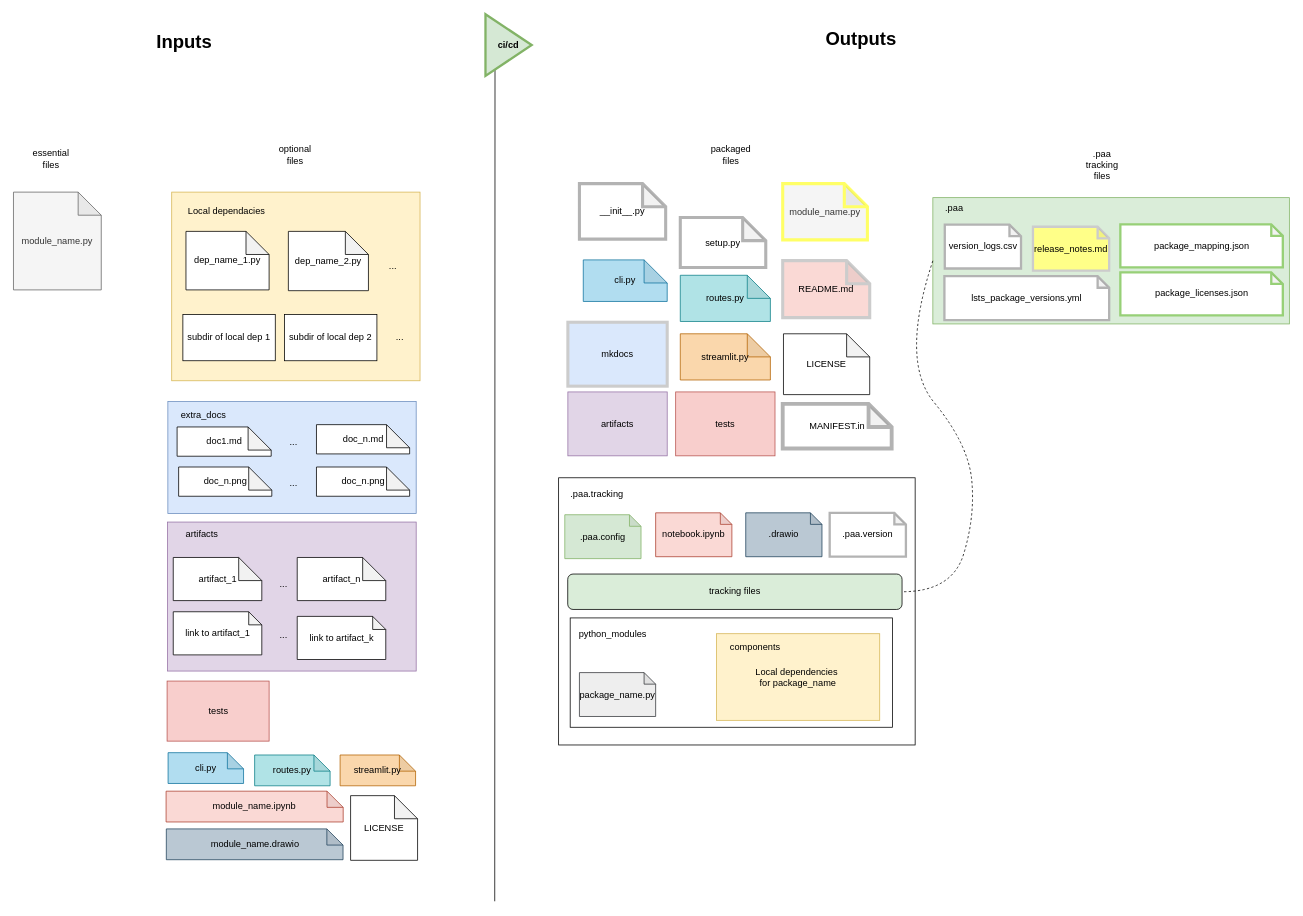
The draw.io diagram page "input_output_files" (2 of 4) of drawio/package_auto_assembler.drawio in Kiril-Mordan/reusables, before the edit. Source tidied: cells renumbered, new cells numbered last; positions are measured from the earlier drawing's top-left corner, leaving out a move shared by most shapes. Both pictures are drawn from the tidied source at 77%, with x=0, y=0 at pixel (13, 14).
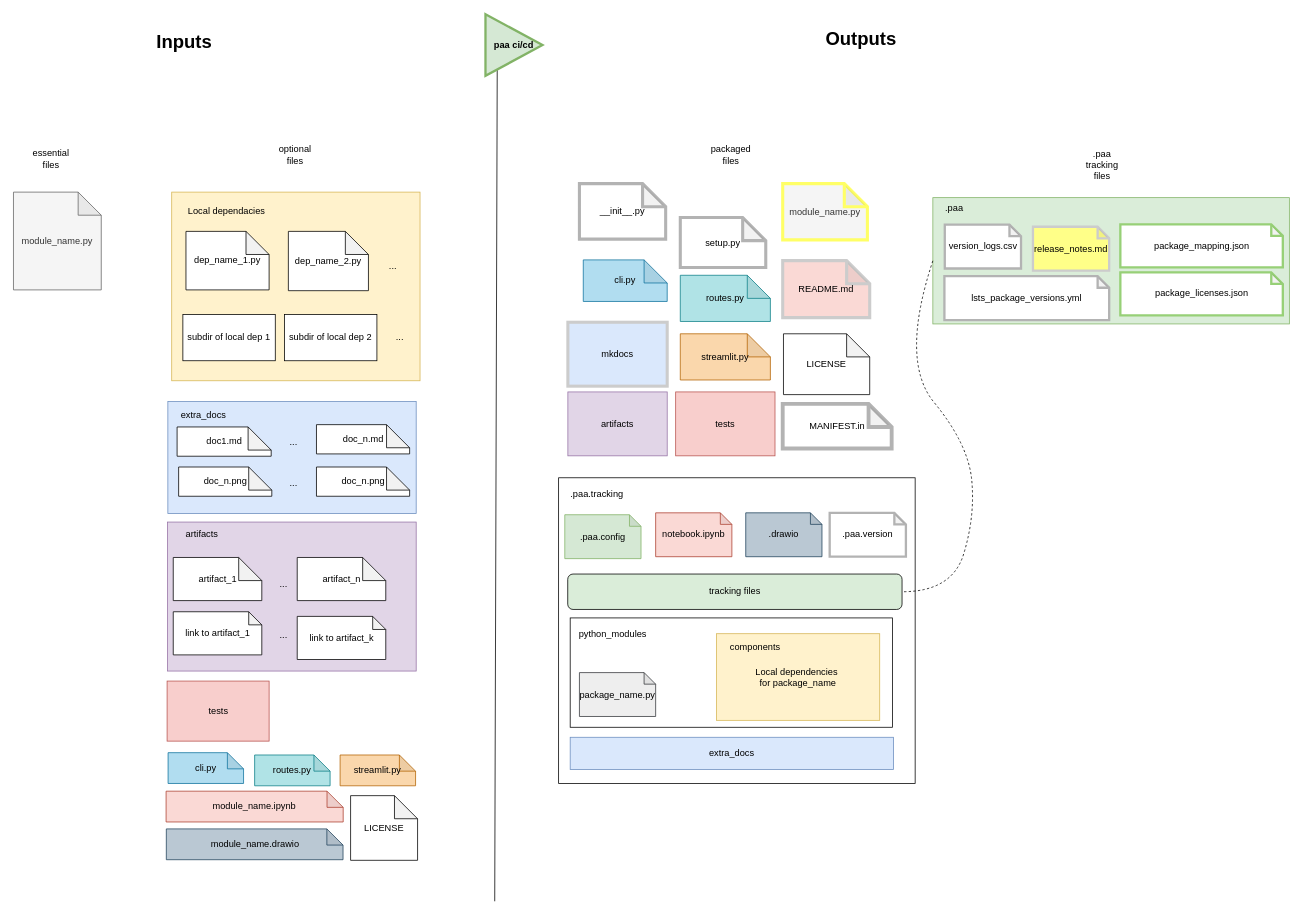
The same diagram, later.

Commit message (it also covers changes not shown here):
[package_auto_assembler] adding extra_docs to paa.tracking

Change to the diagram source:
```diff
@@
     <mxCell id="21" style="rounded=0;whiteSpace=wrap;html=1;" parent="1" vertex="1">
-      <mxGeometry x="708" y="602" width="463" height="347" as="geometry" />
+      <mxGeometry x="708" y="602" width="463" height="397" as="geometry" />
     </mxCell>
@@
-    <mxCell id="57" value="&lt;b&gt;ci/cd&lt;/b&gt;" style="triangle;whiteSpace=wrap;html=1;strokeColor=#82b366;strokeWidth=3;fillColor=#d5e8d4;" parent="1" vertex="1">
-      <mxGeometry x="613" width="60" height="80" as="geometry" />
+    <mxCell id="57" value="&lt;b&gt;paa ci/cd&lt;/b&gt;" style="triangle;whiteSpace=wrap;html=1;strokeColor=#82b366;strokeWidth=3;fillColor=#d5e8d4;" parent="1" vertex="1">
+      <mxGeometry x="613" width="74" height="80" as="geometry" />
     </mxCell>
@@
+    <mxCell id="75" value="extra_docs" style="rounded=0;whiteSpace=wrap;html=1;fillColor=#dae8fc;strokeColor=#6c8ebf;" parent="1" vertex="1">
+      <mxGeometry x="723" y="939" width="420" height="42" as="geometry" />
+    </mxCell>
```
